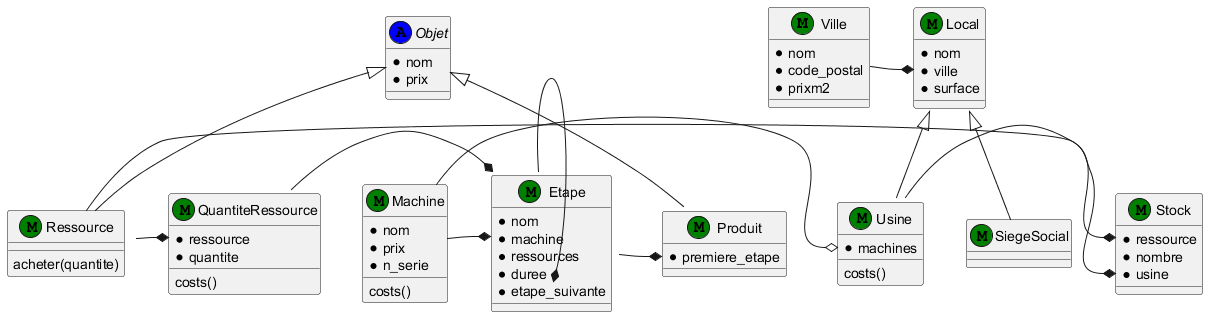
Earlier version of the PlantUML export crayon/UMLcrayon.png (AntnGP/CrayonM2ISTR_AGP_HA).
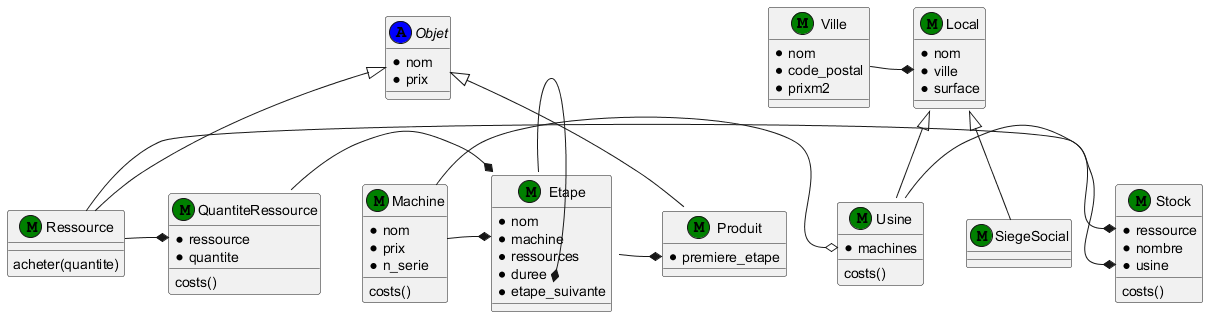
Above is the later version.

The edit, as a diff of the source:
```diff
@@ -50,6 +50,7 @@
     *ressource
     *nombre
     *usine
+      costs()
 }
 
 class Etape << (M,green) >> {
```
